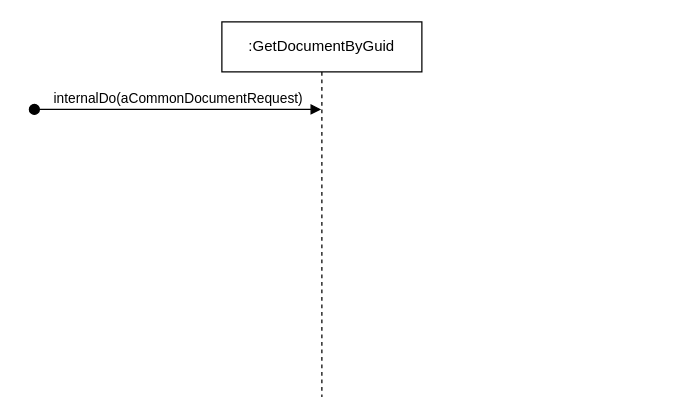
davyd0ff/so-line-grls keeps this draw.io diagram as Core/DataAcquisition/GetDocumentByGuid.cs/sequence.drawio. Above is the earlier version. Source tidied: cells renumbered, new cells numbered last; positions are measured from the earlier drawing's top-left corner, leaving out a move shared by most shapes. Both pictures are drawn from the tidied source at 125%, with x=0, y=0 at pixel (34, 21).
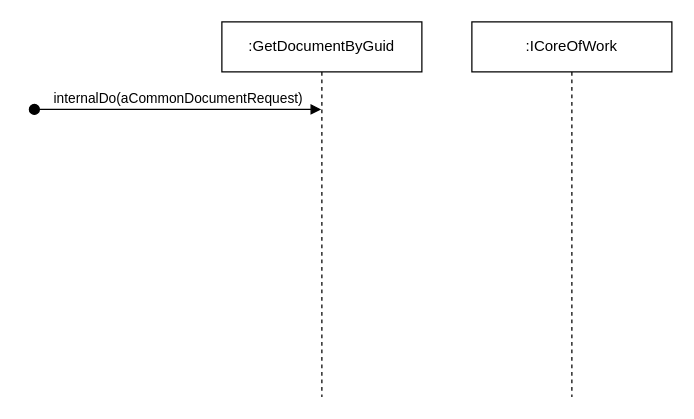
Above is the later version.

Diff of the diagram source:
```diff
@@
 <mxGraphModel>
   <root>
     <mxCell id="0" />
     <mxCell id="1" parent="0" />
     <mxCell id="2" value=":GetDocumentByGuid" style="shape=umlLifeline;perimeter=lifelinePerimeter;whiteSpace=wrap;html=1;outlineConnect=0;" parent="1" vertex="1">
       <mxGeometry x="150" width="160" height="300" as="geometry" />
     </mxCell>
     <mxCell id="3" value="internalDo(aCommonDocumentRequest)" style="html=1;verticalAlign=bottom;startArrow=oval;startFill=1;endArrow=block;startSize=8;rounded=0;" parent="1" edge="1" target="2">
       <mxGeometry relative="1" as="geometry">
         <mxPoint y="70" as="sourcePoint" />
       </mxGeometry>
     </mxCell>
+    <mxCell id="4" value=":ICoreOfWork" style="shape=umlLifeline;perimeter=lifelinePerimeter;whiteSpace=wrap;html=1;" parent="1" vertex="1">
+      <mxGeometry x="350" width="160" height="300" as="geometry" />
+    </mxCell>
   </root>
 </mxGraphModel>
```
